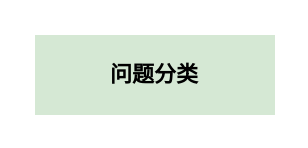
Before: yx流量模型治理.drawio in mineminemine123/work-wiki, a draw.io diagram. Source tidied: cells renumbered, new cells numbered last; positions are measured from the earlier drawing's top-left corner, leaving out a move shared by most shapes. Both pictures are drawn from the tidied source at 200%, with x=0, y=0 at pixel (34, 34).
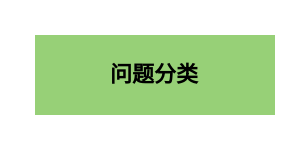
Above is the later version.

Commit message (it also covers changes not shown here):
更新yx流量模型治理.drawio

Change to the diagram source:
```diff
@@
 <mxGraphModel>
   <root>
     <mxCell id="0" />
     <mxCell id="1" parent="0" />
-    <mxCell id="2" value="&lt;pre&gt;&lt;br&gt;&lt;/pre&gt;" style="rounded=0;whiteSpace=wrap;html=1;labelBackgroundColor=#ffffff;hachureGap=4;strokeColor=none;strokeWidth=1;fontFamily=Architects Daughter;fontSize=11;fillColor=#d5e8d4;" parent="1" vertex="1">
+    <mxCell id="2" value="&lt;pre&gt;&lt;br&gt;&lt;/pre&gt;" style="rounded=0;whiteSpace=wrap;html=1;labelBackgroundColor=#ffffff;hachureGap=4;strokeColor=none;strokeWidth=1;fontFamily=Architects Daughter;fontSize=11;fillColor=#97D077;" parent="1" vertex="1">
       <mxGeometry width="120" height="40" as="geometry" />
     </mxCell>
     <mxCell id="3" value="&lt;b&gt;&lt;font color=&quot;#000000&quot;&gt;问题分类&lt;/font&gt;&lt;/b&gt;" style="text;html=1;strokeColor=none;fillColor=none;align=center;verticalAlign=middle;whiteSpace=wrap;rounded=0;fontSize=11;fontFamily=Architects Daughter;fontColor=#FFFFFF;" parent="1" vertex="1">
       <mxGeometry x="30" y="5" width="60" height="30" as="geometry" />
     </mxCell>
   </root>
 </mxGraphModel>
```
